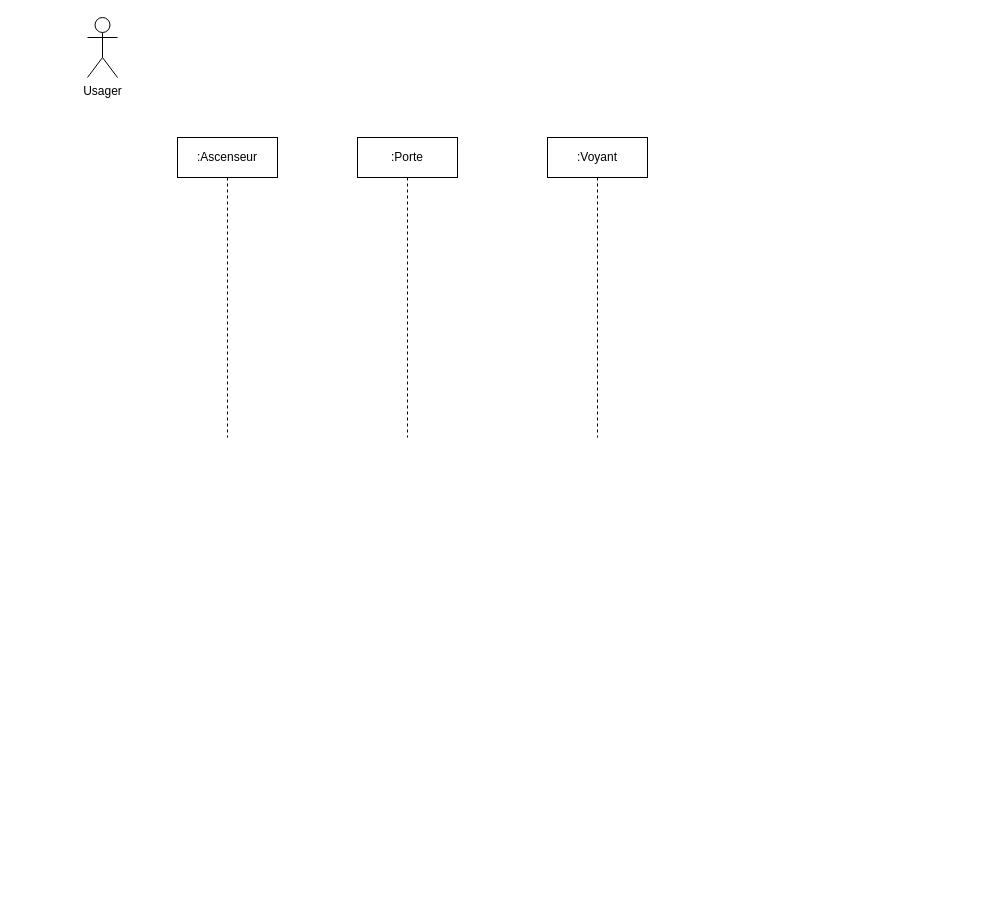
Before: TP4/TP_4_UML_Exercice_1.drawio in Mzk-Ali/EXO_M2I_UML, a draw.io diagram. Source tidied: cells renumbered, new cells numbered last; positions are measured from the earlier drawing's top-left corner, leaving out a move shared by most shapes. Both pictures are drawn from the tidied source at 100%, with x=0, y=0 at pixel (87, 17).
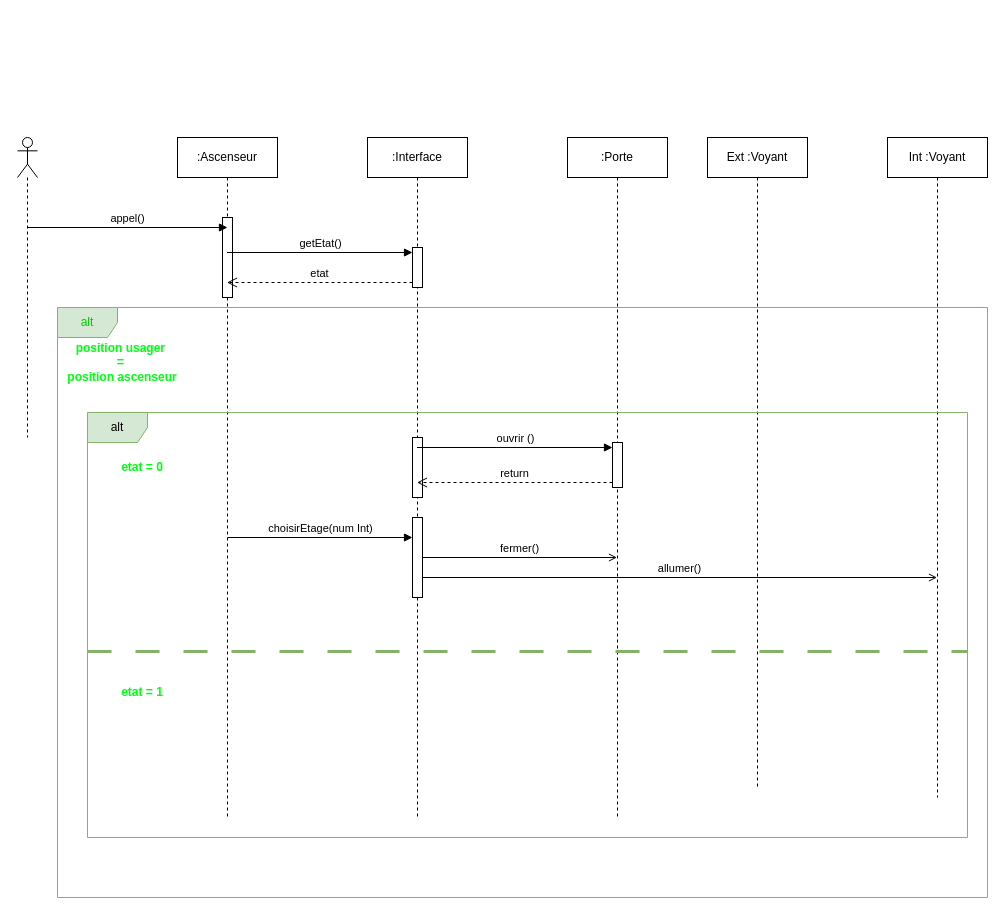
Above is the later version.

Commit message:
Mettre à jour TP_4_UML_Exercice_1.drawio

Diff of the diagram source:
```diff
@@
-    <mxCell id="2" value="Usager" style="shape=umlActor;verticalLabelPosition=bottom;verticalAlign=top;html=1;" parent="1" vertex="1">
-      <mxGeometry width="30" height="60" as="geometry" />
-    </mxCell>
     <mxCell id="3" value=":Ascenseur" style="shape=umlLifeline;perimeter=lifelinePerimeter;whiteSpace=wrap;html=1;outlineConnect=0;portConstraint=eastwest;newEdgeStyle={&quot;curved&quot;:0,&quot;rounded&quot;:0};" parent="1" vertex="1">
-      <mxGeometry x="90" y="120" width="100" height="300" as="geometry" />
+      <mxGeometry x="90" y="120" width="100" height="680" as="geometry" />
     </mxCell>
+    <mxCell id="6" style="html=1;points=[[0,0,0,0,5],[0,1,0,0,-5],[1,0,0,0,5],[1,1,0,0,-5]];perimeter=orthogonalPerimeter;outlineConnect=0;targetShapes=umlLifeline;portConstraint=eastwest;newEdgeStyle={&quot;curved&quot;:0,&quot;rounded&quot;:0};" parent="3" vertex="1">
+      <mxGeometry x="45" y="80" width="10" height="80" as="geometry" />
+    </mxCell>
     <mxCell id="4" value=":Porte" style="shape=umlLifeline;perimeter=lifelinePerimeter;whiteSpace=wrap;html=1;outlineConnect=0;portConstraint=eastwest;newEdgeStyle={&quot;curved&quot;:0,&quot;rounded&quot;:0};" parent="1" vertex="1">
-      <mxGeometry x="270" y="120" width="100" height="300" as="geometry" />
+      <mxGeometry x="480" y="120" width="100" height="680" as="geometry" />
     </mxCell>
-    <mxCell id="5" value=":Voyant" style="shape=umlLifeline;perimeter=lifelinePerimeter;whiteSpace=wrap;html=1;newEdgeStyle={&quot;curved&quot;:0,&quot;rounded&quot;:0};" parent="1" vertex="1">
-      <mxGeometry x="460" y="120" width="100" height="300" as="geometry" />
+    <mxCell id="5" value="Ext :Voyant" style="shape=umlLifeline;perimeter=lifelinePerimeter;whiteSpace=wrap;html=1;newEdgeStyle={&quot;curved&quot;:0,&quot;rounded&quot;:0};" parent="1" vertex="1">
+      <mxGeometry x="620" y="120" width="100" height="650" as="geometry" />
     </mxCell>
+    <mxCell id="7" value="Int :Voyant" style="shape=umlLifeline;perimeter=lifelinePerimeter;whiteSpace=wrap;html=1;newEdgeStyle={&quot;curved&quot;:0,&quot;rounded&quot;:0};" parent="1" vertex="1">
+      <mxGeometry x="800" y="120" width="100" height="660" as="geometry" />
+    </mxCell>
+    <mxCell id="8" style="shape=umlLifeline;perimeter=lifelinePerimeter;whiteSpace=wrap;html=1;outlineConnect=0;portConstraint=eastwest;newEdgeStyle={&quot;curved&quot;:0,&quot;rounded&quot;:0};participant=umlActor;" parent="1" vertex="1">
+      <mxGeometry x="-70" y="120" width="20" height="300" as="geometry" />
+    </mxCell>
+    <mxCell id="9" value="appel()" style="html=1;verticalAlign=bottom;endArrow=block;curved=0;rounded=0;entryX=0.5;entryY=0.125;entryDx=0;entryDy=0;entryPerimeter=0;" parent="1" edge="1" source="8" target="6">
+      <mxGeometry relative="1" as="geometry" />
+    </mxCell>
+    <mxCell id="10" value="getEtat()" style="html=1;verticalAlign=bottom;endArrow=block;curved=0;rounded=0;entryX=0;entryY=0;entryDx=0;entryDy=5;" parent="1" edge="1" source="3" target="13">
+      <mxGeometry relative="1" as="geometry" />
+    </mxCell>
+    <mxCell id="11" value="etat" style="html=1;verticalAlign=bottom;endArrow=open;dashed=1;endSize=8;curved=0;rounded=0;exitX=0;exitY=1;exitDx=0;exitDy=-5;" parent="1" edge="1" source="13" target="3">
+      <mxGeometry relative="1" as="geometry" />
+    </mxCell>
+    <mxCell id="12" value=":Interface" style="shape=umlLifeline;perimeter=lifelinePerimeter;whiteSpace=wrap;html=1;outlineConnect=0;portConstraint=eastwest;newEdgeStyle={&quot;curved&quot;:0,&quot;rounded&quot;:0};" parent="1" vertex="1">
+      <mxGeometry x="280" y="120" width="100" height="680" as="geometry" />
+    </mxCell>
+    <mxCell id="13" style="html=1;points=[[0,0,0,0,5],[0,1,0,0,-5],[1,0,0,0,5],[1,1,0,0,-5]];perimeter=orthogonalPerimeter;outlineConnect=0;targetShapes=umlLifeline;portConstraint=eastwest;newEdgeStyle={&quot;curved&quot;:0,&quot;rounded&quot;:0};" parent="12" vertex="1">
+      <mxGeometry x="45" y="110" width="10" height="40" as="geometry" />
+    </mxCell>
+    <mxCell id="14" style="html=1;perimeter=orthogonalPerimeter;targetShapes=umlLifeline;newEdgeStyle={&quot;curved&quot;:0,&quot;rounded&quot;:0};" parent="12" vertex="1">
+      <mxGeometry x="45" y="300" width="10" height="60" as="geometry" />
+    </mxCell>
+    <mxCell id="15" value="&lt;font style=&quot;color: rgb(0, 204, 0);&quot;&gt;alt&lt;/font&gt;" style="shape=umlFrame;whiteSpace=wrap;html=1;fillColor=#d5e8d4;strokeColor=#82b366;" parent="1" vertex="1">
+      <mxGeometry x="-30" y="290" width="930" height="590" as="geometry" />
+    </mxCell>
+    <mxCell id="16" value="&lt;font style=&quot;color: light-dark(rgb(0, 255, 17), rgb(237, 237, 237));&quot;&gt;&lt;b&gt;position usager&amp;nbsp;&lt;/b&gt;&lt;/font&gt;&lt;div&gt;&lt;font style=&quot;color: light-dark(rgb(0, 255, 17), rgb(237, 237, 237));&quot;&gt;&lt;b&gt;=&amp;nbsp;&lt;/b&gt;&lt;/font&gt;&lt;/div&gt;&lt;div&gt;&lt;font style=&quot;color: light-dark(rgb(0, 255, 17), rgb(237, 237, 237));&quot;&gt;&lt;b&gt;position ascenseur&lt;/b&gt;&lt;/font&gt;&lt;/div&gt;" style="text;html=1;align=center;verticalAlign=middle;whiteSpace=wrap;rounded=0;" parent="1" vertex="1">
+      <mxGeometry x="-30" y="330" width="130" height="30" as="geometry" />
+    </mxCell>
+    <mxCell id="17" value="alt" style="shape=umlFrame;whiteSpace=wrap;html=1;fillColor=#d5e8d4;strokeColor=#82b366;" parent="1" vertex="1">
+      <mxGeometry y="395" width="880" height="425" as="geometry" />
+    </mxCell>
+    <mxCell id="18" value="&lt;font color=&quot;#00ff11&quot;&gt;&lt;b&gt;etat = 0&lt;/b&gt;&lt;/font&gt;" style="text;html=1;align=center;verticalAlign=middle;whiteSpace=wrap;rounded=0;" parent="1" vertex="1">
+      <mxGeometry x="-10" y="435" width="130" height="30" as="geometry" />
+    </mxCell>
+    <mxCell id="19" style="html=1;points=[[0,0,0,0,5],[0,1,0,0,-5],[1,0,0,0,5],[1,1,0,0,-5]];perimeter=orthogonalPerimeter;outlineConnect=0;targetShapes=umlLifeline;portConstraint=eastwest;newEdgeStyle={&quot;curved&quot;:0,&quot;rounded&quot;:0};" parent="1" vertex="1">
+      <mxGeometry x="525" y="425" width="10" height="45" as="geometry" />
+    </mxCell>
+    <mxCell id="20" value="ouvrir ()" style="html=1;verticalAlign=bottom;endArrow=block;curved=0;rounded=0;entryX=0;entryY=0;entryDx=0;entryDy=5;" parent="1" edge="1" source="12" target="19">
+      <mxGeometry relative="1" as="geometry" />
+    </mxCell>
+    <mxCell id="21" value="return" style="html=1;verticalAlign=bottom;endArrow=open;dashed=1;endSize=8;curved=0;rounded=0;exitX=0;exitY=1;exitDx=0;exitDy=-5;" parent="1" edge="1" source="19" target="12">
+      <mxGeometry relative="1" as="geometry" />
+    </mxCell>
+    <mxCell id="22" value="choisirEtage(num Int)" style="html=1;verticalAlign=bottom;endArrow=block;curved=0;rounded=0;" parent="1" edge="1" target="23">
+      <mxGeometry relative="1" as="geometry">
+        <mxPoint x="140" y="520" as="sourcePoint" />
+      </mxGeometry>
+    </mxCell>
+    <mxCell id="23" style="html=1;points=[[0,0,0,0,5],[0,1,0,0,-5],[1,0,0,0,5],[1,1,0,0,-5]];perimeter=orthogonalPerimeter;outlineConnect=0;targetShapes=umlLifeline;portConstraint=eastwest;newEdgeStyle={&quot;curved&quot;:0,&quot;rounded&quot;:0};" parent="1" vertex="1">
+      <mxGeometry x="325" y="500" width="10" height="80" as="geometry" />
+    </mxCell>
+    <mxCell id="24" value="fermer()" style="html=1;verticalAlign=bottom;endArrow=open;curved=0;rounded=0;endFill=0;" parent="1" edge="1" source="23" target="4">
+      <mxGeometry relative="1" as="geometry" />
+    </mxCell>
+    <mxCell id="25" value="allumer()" style="html=1;verticalAlign=bottom;endArrow=open;curved=0;rounded=0;endFill=0;" parent="1" edge="1">
+      <mxGeometry relative="1" as="geometry">
+        <mxPoint x="335" y="560" as="sourcePoint" />
+        <mxPoint x="849.5" y="560" as="targetPoint" />
+      </mxGeometry>
+    </mxCell>
+    <mxCell id="26" style="line;strokeWidth=3;fillColor=#d5e8d4;align=left;verticalAlign=middle;spacingTop=-1;spacingLeft=3;spacingRight=3;labelPosition=right;strokeColor=#82b366;dashed=1;dashPattern=8 8;" parent="1" vertex="1">
+      <mxGeometry y="630" width="880" height="8" as="geometry" />
+    </mxCell>
+    <mxCell id="27" value="&lt;font color=&quot;#00ff11&quot;&gt;&lt;b&gt;etat = 1&lt;/b&gt;&lt;/font&gt;" style="text;html=1;align=center;verticalAlign=middle;whiteSpace=wrap;rounded=0;" parent="1" vertex="1">
+      <mxGeometry x="-10" y="660" width="130" height="30" as="geometry" />
+    </mxCell>
```
